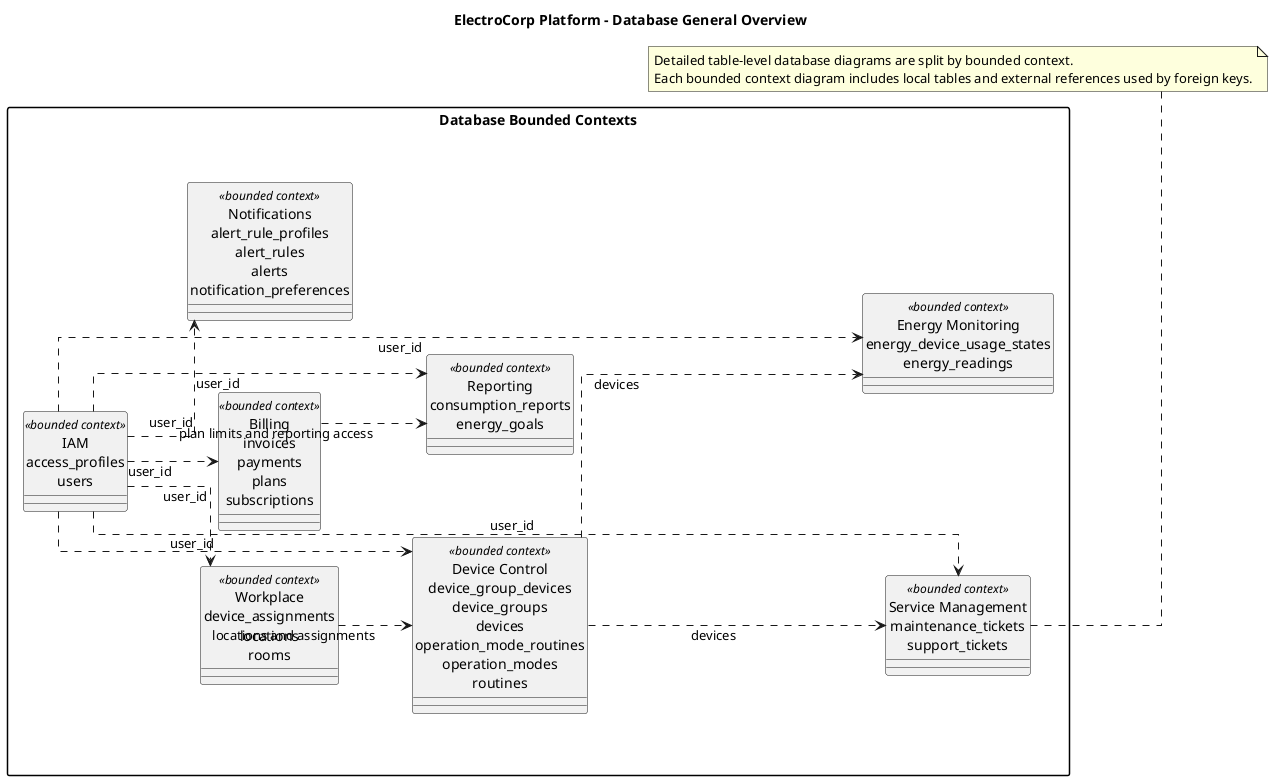
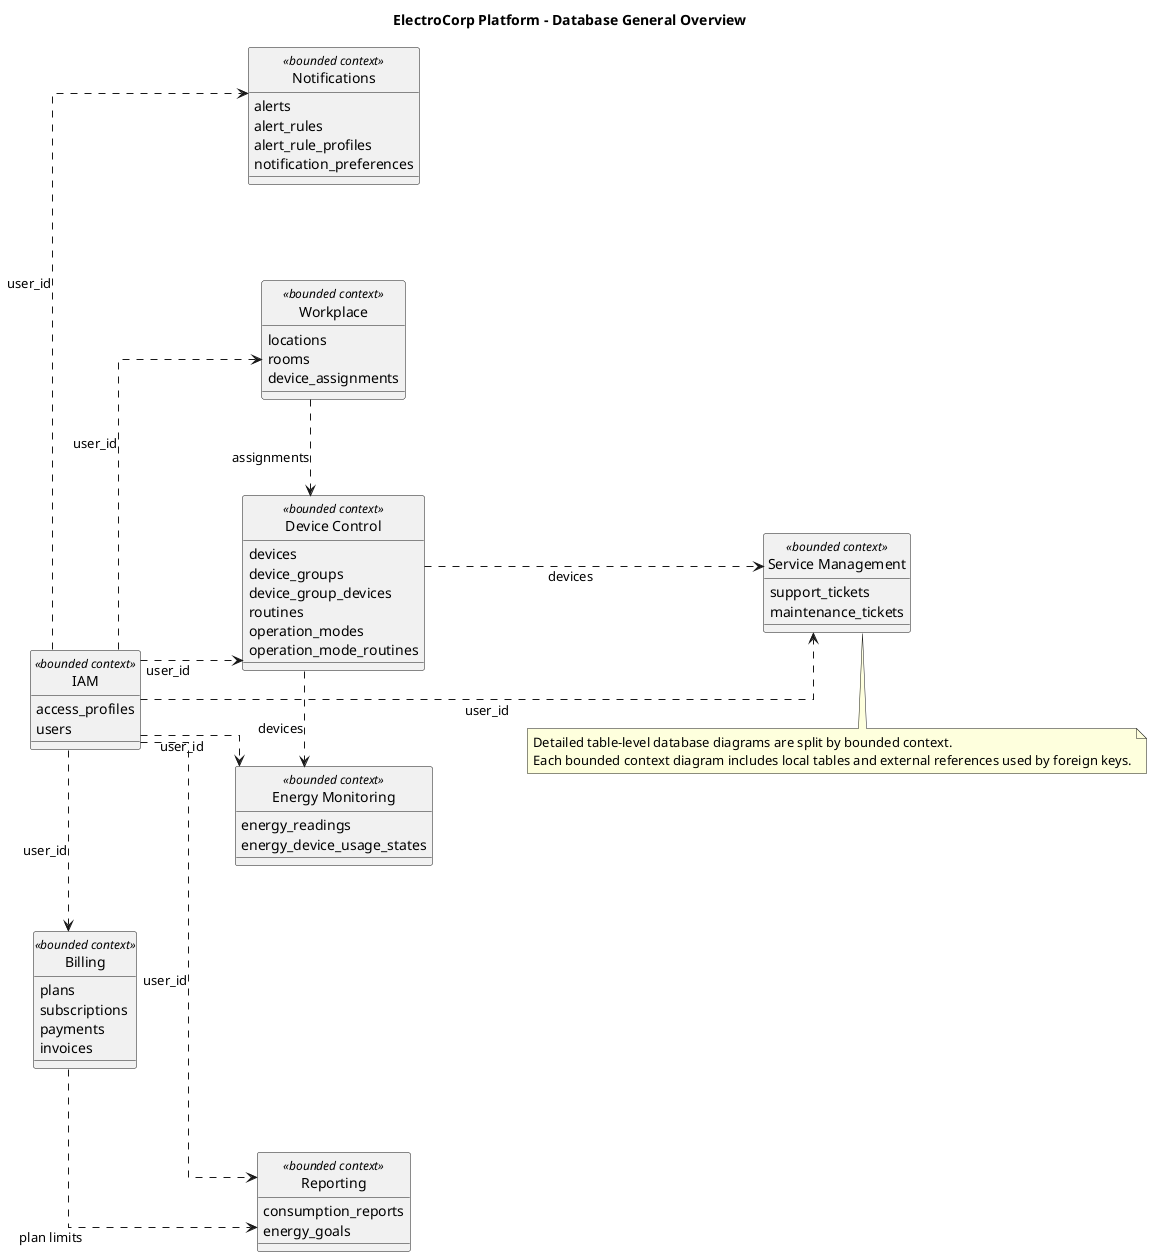
@startuml
title ElectroCorp Platform - Database General Overview
left to right direction
hide circle
skinparam linetype ortho
skinparam shadowing false
skinparam packageStyle rectangle
- package "Database Bounded Contexts" {
-   entity "IAM\naccess_profiles\nusers" as db_iam <<bounded context>>
-   entity "Billing\ninvoices\npayments\nplans\nsubscriptions" as db_billing <<bounded context>>
-   entity "Workplace\ndevice_assignments\nlocations\nrooms" as db_workplace <<bounded context>>
-   entity "Device Control\ndevice_group_devices\ndevice_groups\ndevices\noperation_mode_routines\noperation_modes\nroutines" as db_device_control <<bounded context>>
-   entity "Energy Monitoring\nenergy_device_usage_states\nenergy_readings" as db_energy_monitoring <<bounded context>>
-   entity "Notifications\nalert_rule_profiles\nalert_rules\nalerts\nnotification_preferences" as db_notifications <<bounded context>>
-   entity "Reporting\nconsumption_reports\nenergy_goals" as db_reporting <<bounded context>>
-   entity "Service Management\nmaintenance_tickets\nsupport_tickets" as db_service_management <<bounded context>>
+ skinparam nodesep 95
+ skinparam ranksep 95
+ skinparam entity {
+   BackgroundColor #F8FBFF
+   BorderColor #64748B
}

+ ' Bounded contexts are intentionally compact: the header is only the context name,
+ ' and the tables are listed as attributes to keep the overview readable.
+ entity "IAM" as db_iam <<bounded context>> {
+   access_profiles
+   users
+ }
+ 
+ entity "Billing" as db_billing <<bounded context>> {
+   plans
+   subscriptions
+   payments
+   invoices
+ }
+ 
+ entity "Workplace" as db_workplace <<bounded context>> {
+   locations
+   rooms
+   device_assignments
+ }
+ 
+ entity "Device Control" as db_device_control <<bounded context>> {
+   devices
+   device_groups
+   device_group_devices
+   routines
+   operation_modes
+   operation_mode_routines
+ }
+ 
+ entity "Energy Monitoring" as db_energy_monitoring <<bounded context>> {
+   energy_readings
+   energy_device_usage_states
+ }
+ 
+ entity "Notifications" as db_notifications <<bounded context>> {
+   alerts
+   alert_rules
+   alert_rule_profiles
+   notification_preferences
+ }
+ 
+ entity "Reporting" as db_reporting <<bounded context>> {
+   consumption_reports
+   energy_goals
+ }
+ 
+ entity "Service Management" as db_service_management <<bounded context>> {
+   support_tickets
+   maintenance_tickets
+ }
+ 
+ ' Layout guides reduce relation lines crossing through bounded context boxes.
+ db_iam -[hidden]right- db_billing
+ db_billing -[hidden]right- db_reporting
+ db_iam -[hidden]down- db_workplace
+ db_workplace -[hidden]right- db_device_control
+ db_device_control -[hidden]right- db_energy_monitoring
+ db_device_control -[hidden]down- db_service_management
+ db_notifications -[hidden]down- db_iam
+ 
+ ' Cross-context persistence references.
db_iam ..> db_billing : user_id
db_iam ..> db_workplace : user_id
db_iam ..> db_device_control : user_id
db_iam ..> db_energy_monitoring : user_id
db_iam ..> db_notifications : user_id
db_iam ..> db_reporting : user_id
db_iam ..> db_service_management : user_id
- db_workplace ..> db_device_control : locations and assignments
+ db_workplace ..> db_device_control : assignments
db_device_control ..> db_energy_monitoring : devices
db_device_control ..> db_service_management : devices
- db_billing ..> db_reporting : plan limits and reporting access
+ db_billing ..> db_reporting : plan limits

note bottom
Detailed table-level database diagrams are split by bounded context.
Each bounded context diagram includes local tables and external references used by foreign keys.
end note

@enduml
